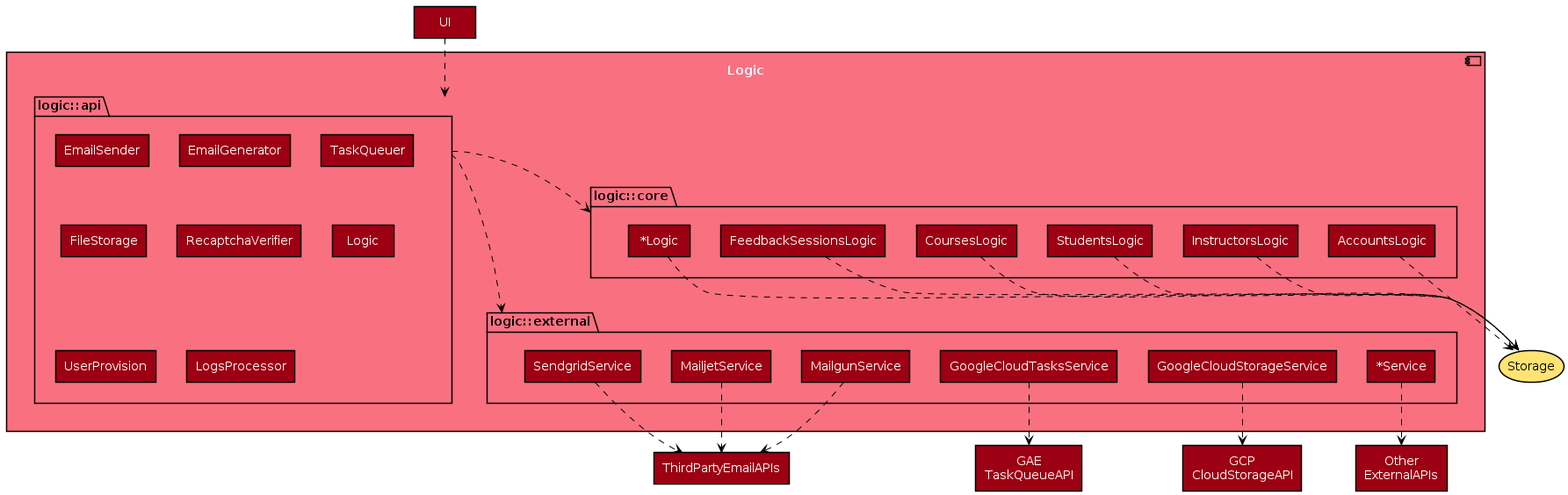
This is docs/images/LogicComponent.png from TEAMMATES/teammates, a PlantUML export, as it was before one commit.
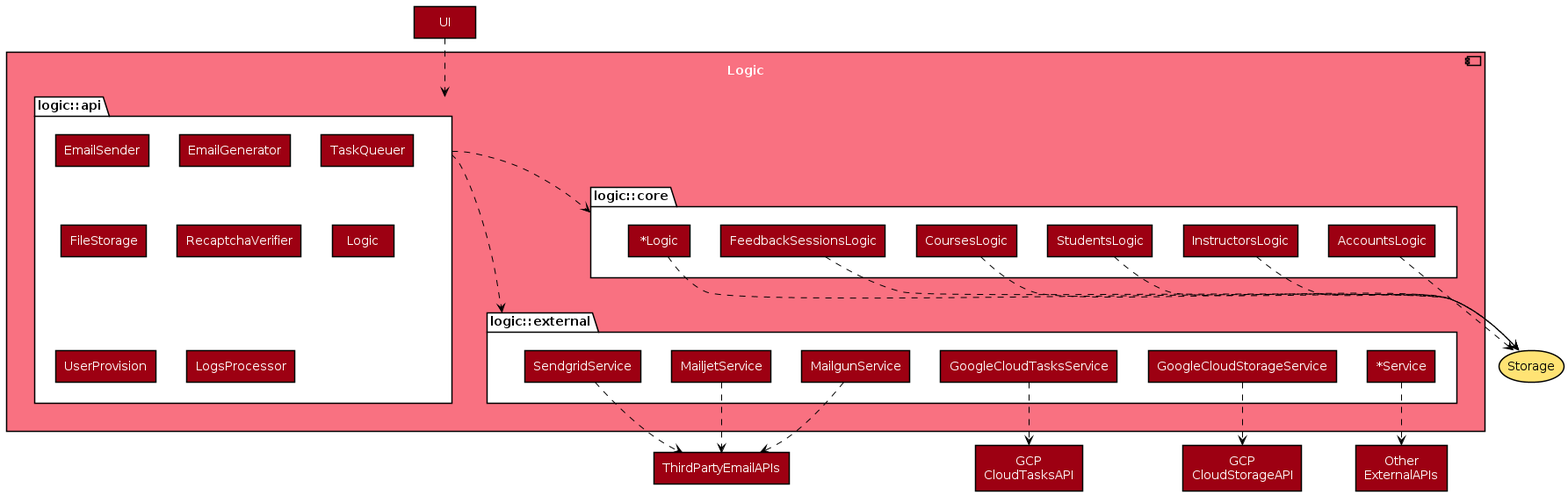
After the commit.

Commit message:
Update design document and diagram

The edit, as a diff of the source:
```diff
@@ -2,7 +2,7 @@
 !include style.puml
 skinparam componentBackgroundColor MODEL_COLOR_T1
 skinparam componentFontColor #FFFFFF
-skinparam packageBackgroundColor #FFFFFF
+skinparam FolderBackgroundColor #FFFFFF
 skinparam rectangleBackgroundColor MODEL_COLOR
 skinparam rectangleFontColor #FFFFFF
 skinparam arrowColor #000000
@@ -39,7 +39,7 @@
 }
 
 rectangle ThirdPartyEmailAPIs
-rectangle "GAE\nTaskQueueAPI" as GaeTaskQueueApi
+rectangle "GCP\nCloudTasksAPI" as GcpCloudTasksApi
 rectangle "GCP\nCloudStorageAPI" as GcpCloudStorageApi
 rectangle "Other\nExternalAPIs" as OtherExternalApi
 rectangle UI
@@ -48,7 +48,7 @@
 MailgunService ..> ThirdPartyEmailAPIs
 MailjetService ..> ThirdPartyEmailAPIs
 SendgridService ..> ThirdPartyEmailAPIs
-GoogleCloudTasksService ..> GaeTaskQueueApi
+GoogleCloudTasksService ..> GcpCloudTasksApi
 GoogleCloudStorageService ..> GcpCloudStorageApi
 Service ..> OtherExternalApi
 AccountsLogic ..> Storage
```
